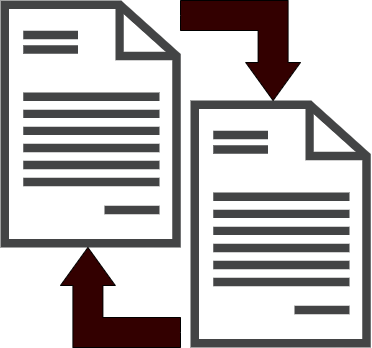
Earlier version of the draw.io export resources/img/openindifftool.png (MetroSoft-Application/openindifftool). Source tidied: cells renumbered, new cells last; positions are measured from the earlier drawing's top-left corner, leaving out a move shared by most shapes. The source it was exported from:
```xml
<mxGraphModel>
  <root>
    <mxCell id="0" />
    <mxCell id="1" parent="0" />
    <mxCell id="2" style="sketch=0;shadow=0;dashed=0;html=1;strokeColor=none;fillColor=#434445;labelPosition=center;verticalLabelPosition=bottom;verticalAlign=top;align=center;shape=mxgraph.vvd.document;fontSize=70;" parent="1" vertex="1">
      <mxGeometry y="10" width="180.3" height="247" as="geometry" />
    </mxCell>
    <mxCell id="3" style="shadow=0;dashed=0;html=1;strokeColor=none;fillColor=#434445;labelPosition=center;verticalLabelPosition=bottom;verticalAlign=top;align=center;shape=mxgraph.vvd.document;fontSize=70;labelBorderColor=none;fillStyle=auto;" parent="1" vertex="1">
      <mxGeometry x="190" y="110" width="180.3" height="247" as="geometry" />
    </mxCell>
    <mxCell id="4" style="html=1;shadow=0;dashed=0;align=center;verticalAlign=middle;shape=mxgraph.arrows2.bendArrow;dy=15;dx=38;notch=0;arrowHead=54.8;rounded=0;labelBorderColor=none;sketch=0;fillStyle=auto;rotation=90;fillColor=#330000;" parent="1" vertex="1">
      <mxGeometry x="190" width="100" height="120" as="geometry" />
    </mxCell>
    <mxCell id="5" style="html=1;shadow=0;dashed=0;align=center;verticalAlign=middle;shape=mxgraph.arrows2.bendArrow;dy=15;dx=38;notch=0;arrowHead=54.8;rounded=0;labelBorderColor=none;sketch=0;fillStyle=auto;rotation=-90;fillColor=#330000;" parent="1" vertex="1">
      <mxGeometry x="70" y="247" width="100" height="120" as="geometry" />
    </mxCell>
  </root>
</mxGraphModel>
```
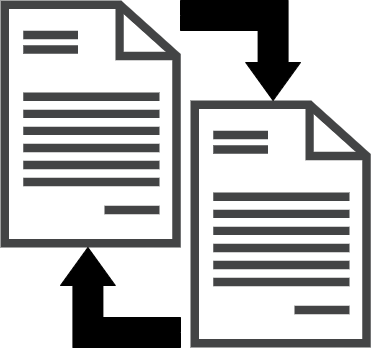
Later version of the same file.

The edit, as a diff of the source:
```diff
@@ -8,10 +8,10 @@
     <mxCell id="3" style="shadow=0;dashed=0;html=1;strokeColor=none;fillColor=#434445;labelPosition=center;verticalLabelPosition=bottom;verticalAlign=top;align=center;shape=mxgraph.vvd.document;fontSize=70;labelBorderColor=none;fillStyle=auto;" parent="1" vertex="1">
       <mxGeometry x="190" y="110" width="180.3" height="247" as="geometry" />
     </mxCell>
-    <mxCell id="4" style="html=1;shadow=0;dashed=0;align=center;verticalAlign=middle;shape=mxgraph.arrows2.bendArrow;dy=15;dx=38;notch=0;arrowHead=54.8;rounded=0;labelBorderColor=none;sketch=0;fillStyle=auto;rotation=90;fillColor=#330000;" parent="1" vertex="1">
+    <mxCell id="4" style="html=1;shadow=0;dashed=0;align=center;verticalAlign=middle;shape=mxgraph.arrows2.bendArrow;dy=15;dx=38;notch=0;arrowHead=54.8;rounded=0;labelBorderColor=none;sketch=0;fillStyle=auto;rotation=90;fillColor=#000000;" parent="1" vertex="1">
       <mxGeometry x="190" width="100" height="120" as="geometry" />
     </mxCell>
-    <mxCell id="5" style="html=1;shadow=0;dashed=0;align=center;verticalAlign=middle;shape=mxgraph.arrows2.bendArrow;dy=15;dx=38;notch=0;arrowHead=54.8;rounded=0;labelBorderColor=none;sketch=0;fillStyle=auto;rotation=-90;fillColor=#330000;" parent="1" vertex="1">
+    <mxCell id="5" style="html=1;shadow=0;dashed=0;align=center;verticalAlign=middle;shape=mxgraph.arrows2.bendArrow;dy=15;dx=38;notch=0;arrowHead=54.8;rounded=0;labelBorderColor=none;sketch=0;fillStyle=auto;rotation=-90;fillColor=#000000;" parent="1" vertex="1">
       <mxGeometry x="70" y="247" width="100" height="120" as="geometry" />
     </mxCell>
   </root>
```
